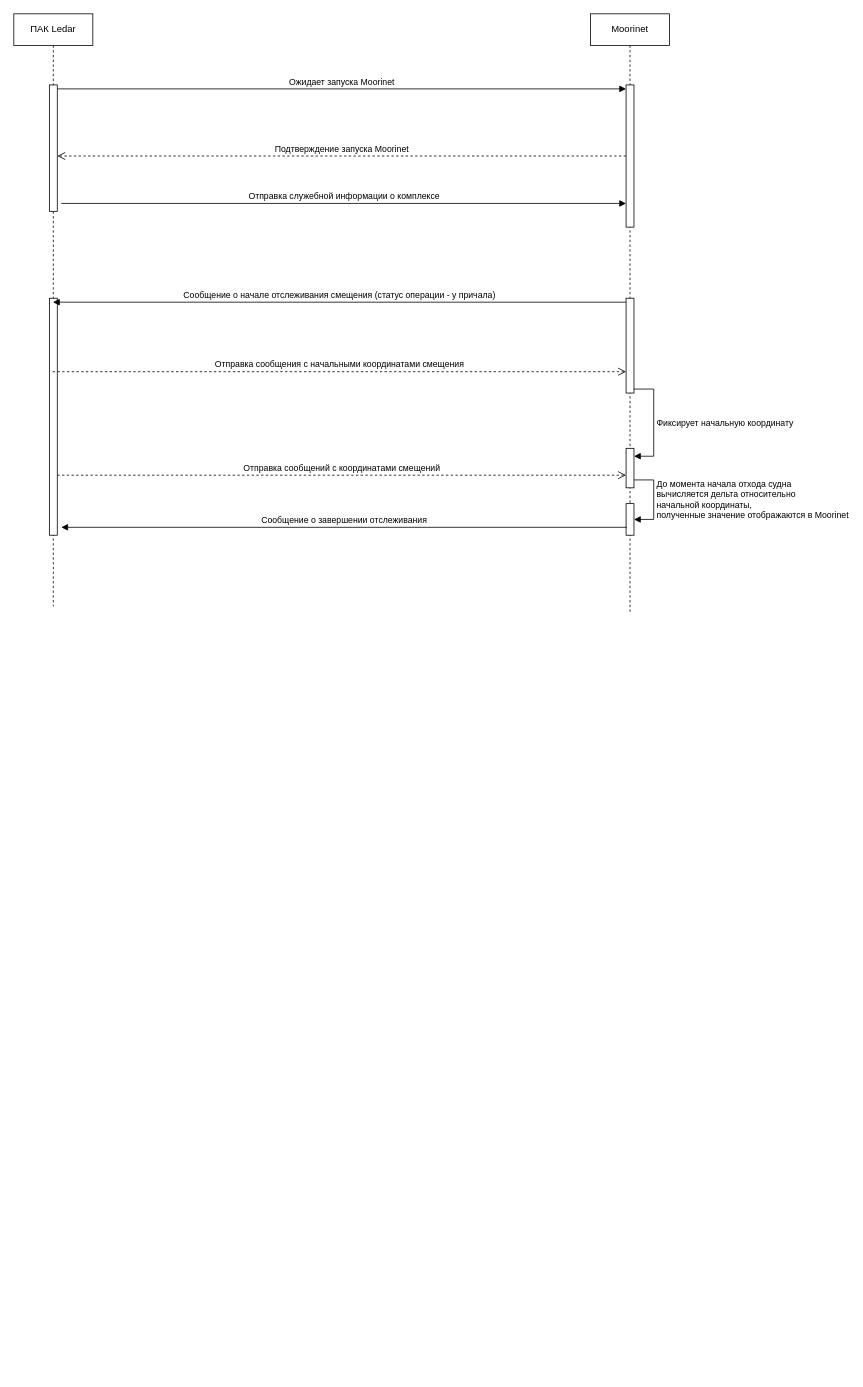
aaf1974/ProjectDiagram keeps this draw.io diagram as page "Lidar" (10 of 10) of MoorINet.drawio. Above is the earlier version. Source tidied: cells renumbered, new cells numbered last; positions are measured from the earlier drawing's top-left corner, leaving out a move shared by most shapes. Both pictures are drawn from the tidied source at 79%, with x=0, y=0 at pixel (13, 13).
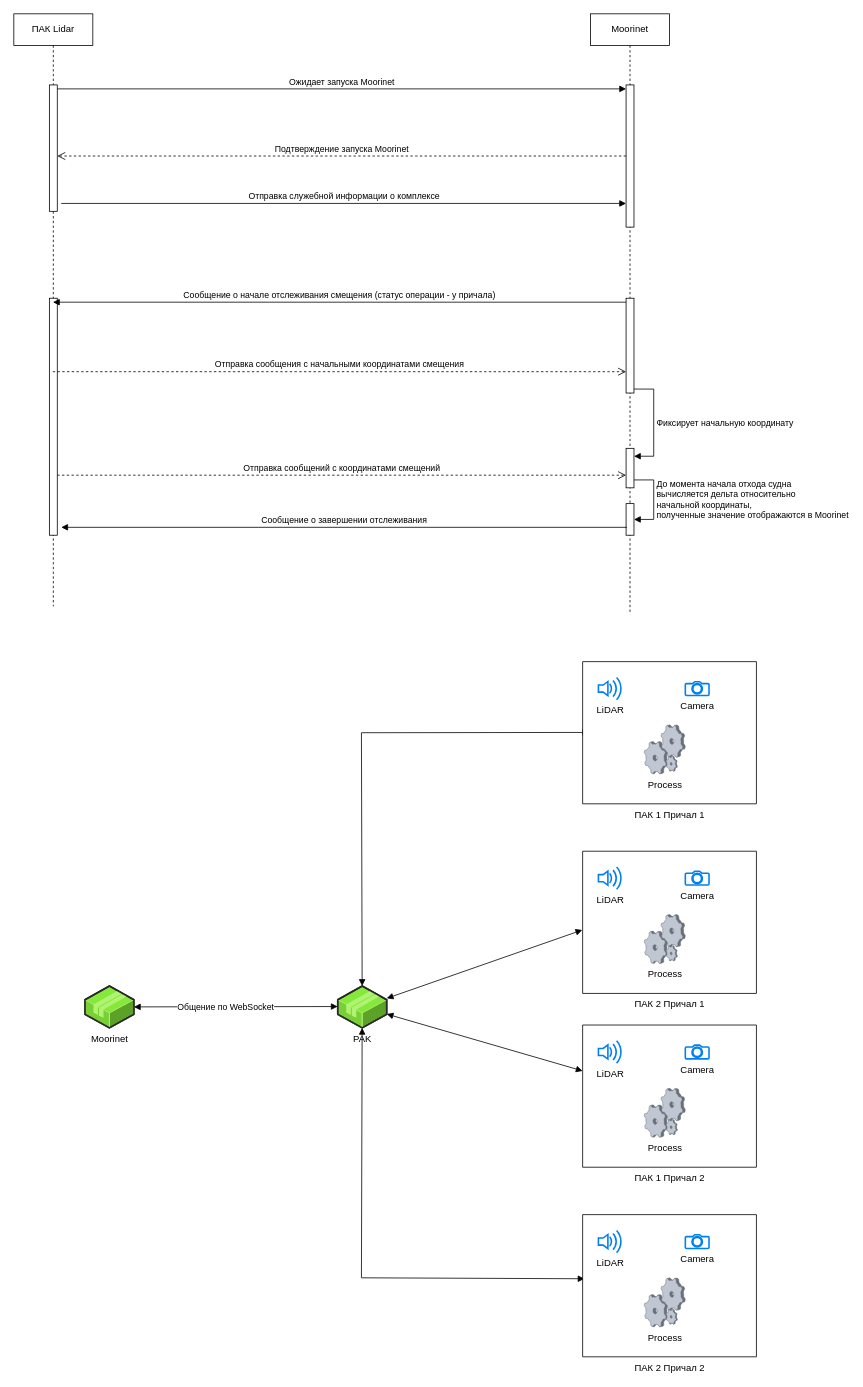
Above is the later version.

Diff of the diagram source:
```diff
@@
-    <mxCell id="2" value="ПАК Ledar" style="shape=umlLifeline;perimeter=lifelinePerimeter;whiteSpace=wrap;html=1;outlineConnect=0;portConstraint=eastwest;newEdgeStyle={&quot;edgeStyle&quot;:&quot;elbowEdgeStyle&quot;,&quot;elbow&quot;:&quot;vertical&quot;,&quot;curved&quot;:0,&quot;rounded&quot;:0};" parent="1" vertex="1">
+    <mxCell id="2" value="ПАК Lidar" style="shape=umlLifeline;perimeter=lifelinePerimeter;whiteSpace=wrap;html=1;outlineConnect=0;portConstraint=eastwest;newEdgeStyle={&quot;edgeStyle&quot;:&quot;elbowEdgeStyle&quot;,&quot;elbow&quot;:&quot;vertical&quot;,&quot;curved&quot;:0,&quot;rounded&quot;:0};" parent="1" vertex="1">
       <mxGeometry width="100" height="750" as="geometry" />
     </mxCell>
@@
+    <mxCell id="19" value="Moorinet" style="verticalLabelPosition=bottom;html=1;verticalAlign=top;strokeWidth=1;align=center;outlineConnect=0;dashed=0;outlineConnect=0;shape=mxgraph.aws3d.application2;fillColor=#86E83A;strokeColor=#B0F373;" parent="1" vertex="1">
+      <mxGeometry x="90" y="1230.6" width="62" height="53" as="geometry" />
+    </mxCell>
+    <mxCell id="20" value="PAK" style="verticalLabelPosition=bottom;html=1;verticalAlign=top;strokeWidth=1;align=center;outlineConnect=0;dashed=0;outlineConnect=0;shape=mxgraph.aws3d.application2;fillColor=#86E83A;strokeColor=#B0F373;" parent="1" vertex="1">
+      <mxGeometry x="410" y="1230.6" width="62" height="53" as="geometry" />
+    </mxCell>
+    <mxCell id="21" style="endArrow=block;startArrow=block;endFill=1;startFill=1;html=1;rounded=0;" parent="1" edge="1" source="19">
+      <mxGeometry relative="1" as="geometry">
+        <mxPoint x="410" y="1256.6" as="targetPoint" />
+      </mxGeometry>
+    </mxCell>
+    <mxCell id="22" value="Общение по WebSocket" style="edgeLabel;html=1;align=center;verticalAlign=middle;" parent="21" vertex="1">
+      <mxGeometry x="-0.11" y="-1" relative="1" as="geometry" />
+    </mxCell>
+    <mxCell id="23" style="endArrow=block;startArrow=block;endFill=1;startFill=1;html=1;rounded=0;entryX=0.037;entryY=0.498;entryDx=0;entryDy=0;entryPerimeter=0;" parent="1" edge="1" source="20" target="28">
+      <mxGeometry relative="1" as="geometry">
+        <Array as="points">
+          <mxPoint x="440" y="910" />
+        </Array>
+      </mxGeometry>
+    </mxCell>
+    <mxCell id="24" style="endArrow=block;startArrow=block;endFill=1;startFill=1;html=1;rounded=0;entryX=-0.002;entryY=0.554;entryDx=0;entryDy=0;entryPerimeter=0;" parent="1" edge="1" source="20" target="33">
+      <mxGeometry relative="1" as="geometry" />
+    </mxCell>
+    <mxCell id="25" style="endArrow=block;startArrow=block;endFill=1;startFill=1;html=1;rounded=0;" parent="1" edge="1" source="20" target="38">
+      <mxGeometry relative="1" as="geometry" />
+    </mxCell>
+    <mxCell id="26" style="endArrow=block;startArrow=block;endFill=1;startFill=1;html=1;rounded=0;entryX=0.011;entryY=0.451;entryDx=0;entryDy=0;entryPerimeter=0;" parent="1" edge="1" source="20" target="43">
+      <mxGeometry relative="1" as="geometry">
+        <Array as="points">
+          <mxPoint x="440" y="1600" />
+        </Array>
+      </mxGeometry>
+    </mxCell>
+    <mxCell id="27" style="group;" parent="1" vertex="1">
+      <mxGeometry x="720" y="820" width="220" height="180" as="geometry" />
+    </mxCell>
+    <mxCell id="28" value="ПАК 1 Причал 1" style="verticalLabelPosition=bottom;verticalAlign=top;html=1;shape=mxgraph.basic.rect;fillColor2=none;strokeWidth=1;size=20;indent=5;" parent="27" vertex="1">
+      <mxGeometry width="220" height="180" as="geometry" />
+    </mxCell>
+    <mxCell id="29" value="LiDAR" style="html=1;verticalLabelPosition=bottom;align=center;labelBackgroundColor=#ffffff;verticalAlign=top;strokeWidth=2;strokeColor=#0080F0;shadow=0;dashed=0;shape=mxgraph.ios7.icons.volume_2;" parent="27" vertex="1">
+      <mxGeometry x="20" y="20" width="30.3" height="28.2" as="geometry" />
+    </mxCell>
+    <mxCell id="30" value="Camera" style="html=1;verticalLabelPosition=bottom;align=center;labelBackgroundColor=#ffffff;verticalAlign=top;strokeWidth=2;strokeColor=#0080F0;shadow=0;dashed=0;shape=mxgraph.ios7.icons.camera;" parent="27" vertex="1">
+      <mxGeometry x="130" y="25.4" width="30" height="17.4" as="geometry" />
+    </mxCell>
+    <mxCell id="31" value="Process" style="verticalLabelPosition=bottom;sketch=0;html=1;verticalAlign=top;strokeColor=none;align=center;shape=mxgraph.citrix.process;" parent="27" vertex="1">
+      <mxGeometry x="78" y="80" width="52" height="62" as="geometry" />
+    </mxCell>
+    <mxCell id="32" style="group;" parent="1" vertex="1">
+      <mxGeometry x="720" y="1060" width="220" height="180" as="geometry" />
+    </mxCell>
+    <mxCell id="33" value="ПАК 2 Причал 1" style="verticalLabelPosition=bottom;verticalAlign=top;html=1;shape=mxgraph.basic.rect;fillColor2=none;strokeWidth=1;size=20;indent=5;" parent="32" vertex="1">
+      <mxGeometry width="220" height="180" as="geometry" />
+    </mxCell>
+    <mxCell id="34" value="LiDAR" style="html=1;verticalLabelPosition=bottom;align=center;labelBackgroundColor=#ffffff;verticalAlign=top;strokeWidth=2;strokeColor=#0080F0;shadow=0;dashed=0;shape=mxgraph.ios7.icons.volume_2;" parent="32" vertex="1">
+      <mxGeometry x="20" y="20" width="30.3" height="28.2" as="geometry" />
+    </mxCell>
+    <mxCell id="35" value="Camera" style="html=1;verticalLabelPosition=bottom;align=center;labelBackgroundColor=#ffffff;verticalAlign=top;strokeWidth=2;strokeColor=#0080F0;shadow=0;dashed=0;shape=mxgraph.ios7.icons.camera;" parent="32" vertex="1">
+      <mxGeometry x="130" y="25.4" width="30" height="17.4" as="geometry" />
+    </mxCell>
+    <mxCell id="36" value="Process" style="verticalLabelPosition=bottom;sketch=0;html=1;verticalAlign=top;strokeColor=none;align=center;shape=mxgraph.citrix.process;" parent="32" vertex="1">
+      <mxGeometry x="78" y="80" width="52" height="62" as="geometry" />
+    </mxCell>
+    <mxCell id="37" style="group;" parent="1" vertex="1">
+      <mxGeometry x="720" y="1280" width="220" height="180" as="geometry" />
+    </mxCell>
+    <mxCell id="38" value="ПАК 1 Причал 2" style="verticalLabelPosition=bottom;verticalAlign=top;html=1;shape=mxgraph.basic.rect;fillColor2=none;strokeWidth=1;size=20;indent=5;" parent="37" vertex="1">
+      <mxGeometry width="220" height="180" as="geometry" />
+    </mxCell>
+    <mxCell id="39" value="LiDAR" style="html=1;verticalLabelPosition=bottom;align=center;labelBackgroundColor=#ffffff;verticalAlign=top;strokeWidth=2;strokeColor=#0080F0;shadow=0;dashed=0;shape=mxgraph.ios7.icons.volume_2;" parent="37" vertex="1">
+      <mxGeometry x="20" y="20" width="30.3" height="28.2" as="geometry" />
+    </mxCell>
+    <mxCell id="40" value="Camera" style="html=1;verticalLabelPosition=bottom;align=center;labelBackgroundColor=#ffffff;verticalAlign=top;strokeWidth=2;strokeColor=#0080F0;shadow=0;dashed=0;shape=mxgraph.ios7.icons.camera;" parent="37" vertex="1">
+      <mxGeometry x="130" y="25.4" width="30" height="17.4" as="geometry" />
+    </mxCell>
+    <mxCell id="41" value="Process" style="verticalLabelPosition=bottom;sketch=0;html=1;verticalAlign=top;strokeColor=none;align=center;shape=mxgraph.citrix.process;" parent="37" vertex="1">
+      <mxGeometry x="78" y="80" width="52" height="62" as="geometry" />
+    </mxCell>
+    <mxCell id="42" style="group;" parent="1" vertex="1">
+      <mxGeometry x="720" y="1520" width="220" height="180" as="geometry" />
+    </mxCell>
+    <mxCell id="43" value="ПАК 2 Причал 2" style="verticalLabelPosition=bottom;verticalAlign=top;html=1;shape=mxgraph.basic.rect;fillColor2=none;strokeWidth=1;size=20;indent=5;" parent="42" vertex="1">
+      <mxGeometry width="220" height="180" as="geometry" />
+    </mxCell>
+    <mxCell id="44" value="LiDAR" style="html=1;verticalLabelPosition=bottom;align=center;labelBackgroundColor=#ffffff;verticalAlign=top;strokeWidth=2;strokeColor=#0080F0;shadow=0;dashed=0;shape=mxgraph.ios7.icons.volume_2;" parent="42" vertex="1">
+      <mxGeometry x="20" y="20" width="30.3" height="28.2" as="geometry" />
+    </mxCell>
+    <mxCell id="45" value="Camera" style="html=1;verticalLabelPosition=bottom;align=center;labelBackgroundColor=#ffffff;verticalAlign=top;strokeWidth=2;strokeColor=#0080F0;shadow=0;dashed=0;shape=mxgraph.ios7.icons.camera;" parent="42" vertex="1">
+      <mxGeometry x="130" y="25.4" width="30" height="17.4" as="geometry" />
+    </mxCell>
+    <mxCell id="46" value="Process" style="verticalLabelPosition=bottom;sketch=0;html=1;verticalAlign=top;strokeColor=none;align=center;shape=mxgraph.citrix.process;" parent="42" vertex="1">
+      <mxGeometry x="78" y="80" width="52" height="62" as="geometry" />
+    </mxCell>
```
